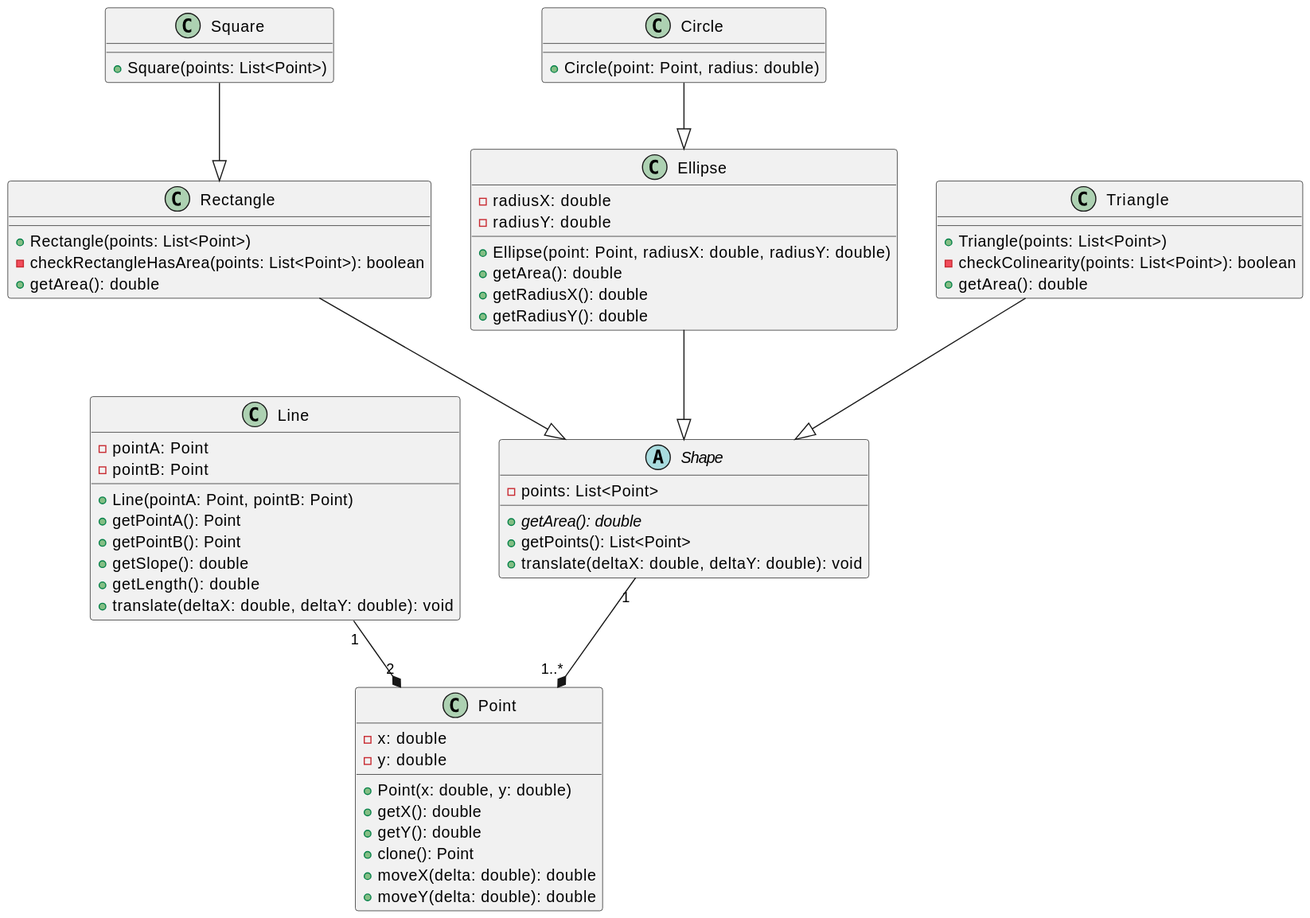
The PlantUML diagram shapes-design.svg in quality-liquid/cs5700-assn1-shapes, before a commit.
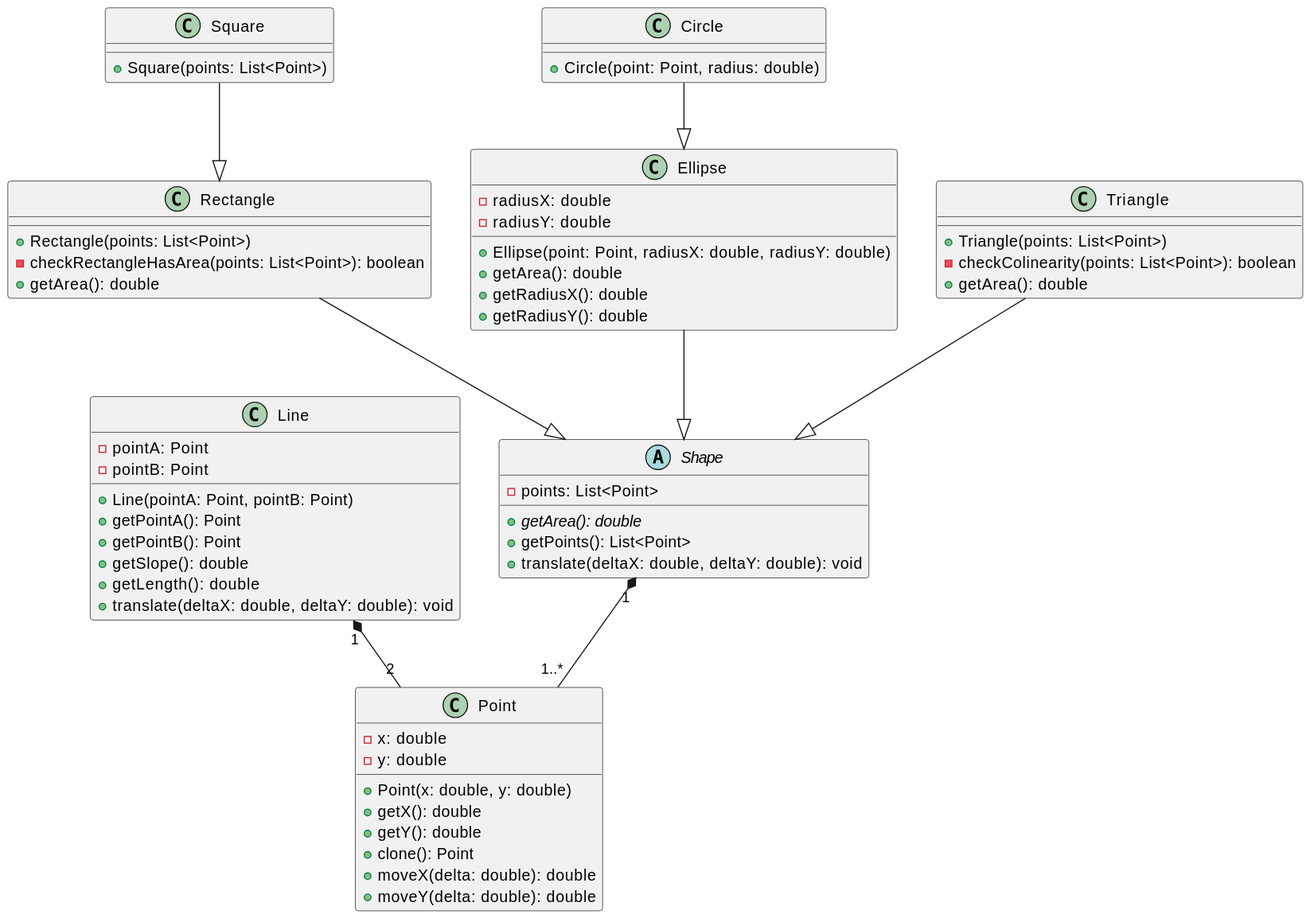
The same diagram one commit later.

Commit message:
fixed direction of uml composition relationships

Change to the diagram source:
```diff
@@ -57,8 +57,8 @@
     + getArea(): double
 }
 
-Shape "1" --* "1..*" Point
-Line "1" --* "2" Point
+Shape "1" *-- "1..*" Point
+Line "1" *-- "2" Point
 Rectangle --|> Shape
 Square --|> Rectangle
 Ellipse --|> Shape
```
